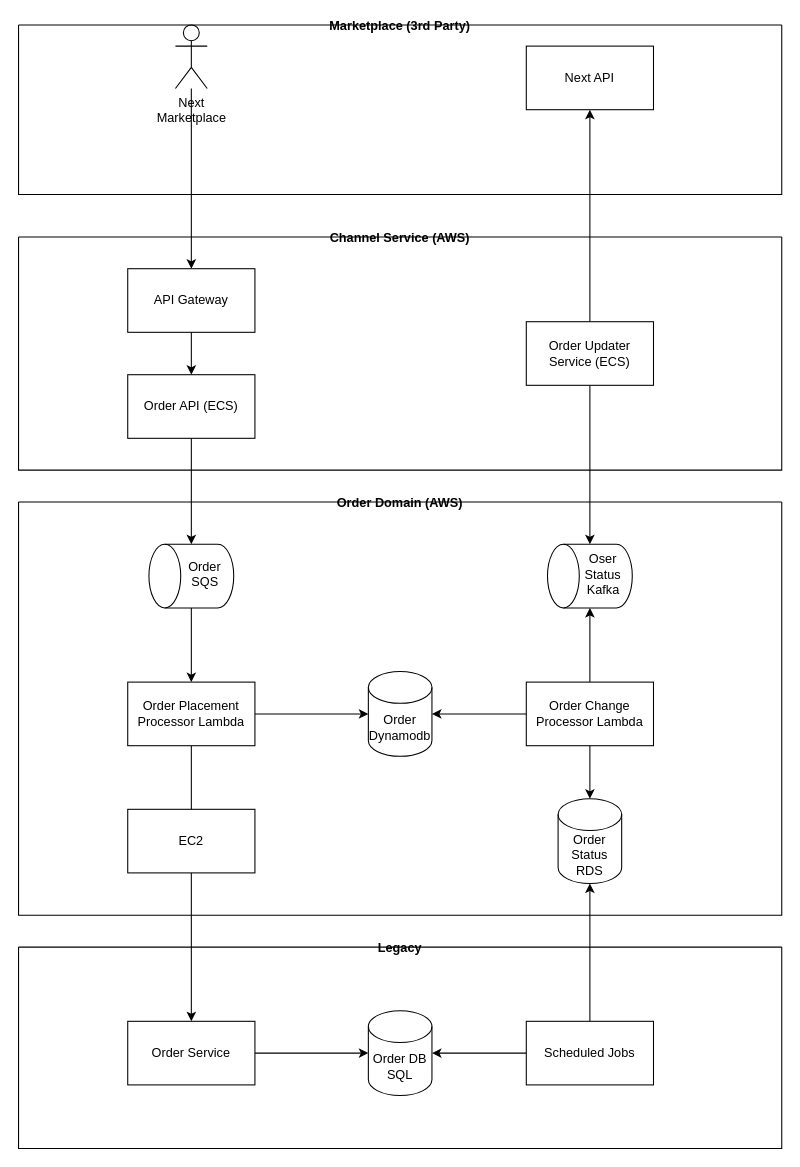
Earlier version of the draw.io diagram Marketplace.drawio (leilabadi/diagrams). Source tidied: cells renumbered, new cells numbered last; positions are measured from the earlier drawing's top-left corner, leaving out a move shared by most shapes. Both pictures are drawn from the tidied source at 106%, with x=0, y=0 at pixel (18, 24).
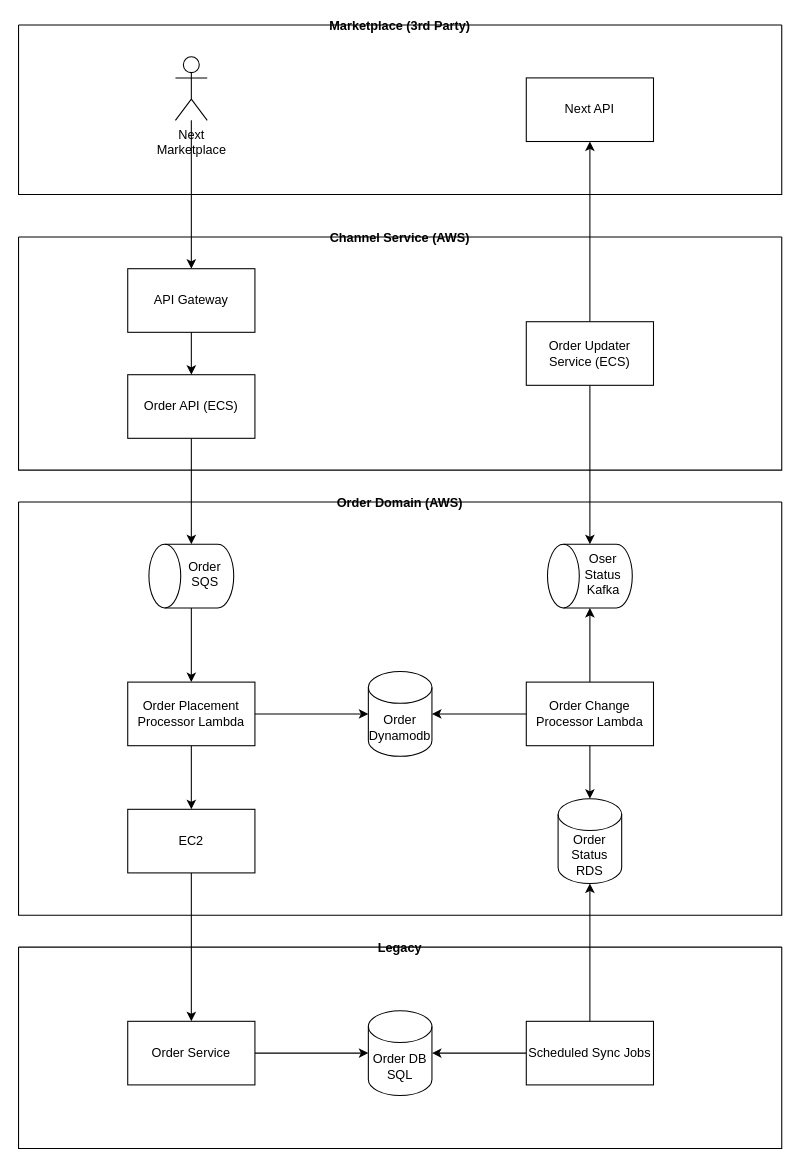
Above is the later version.

The change refers to these unchanged cells:
```xml
<mxCell id="10" value="Legacy" style="swimlane;startSize=0;" parent="1" vertex="1">
  <mxGeometry y="870" width="720" height="190" as="geometry" />
</mxCell>
<mxCell id="12" value="Order Service" style="rounded=0;whiteSpace=wrap;html=1;" parent="10" vertex="1">
  <mxGeometry x="103" y="70" width="120" height="60" as="geometry" />
</mxCell>
<mxCell id="16" value="Order Domain (AWS)" style="swimlane;startSize=0;" parent="1" vertex="1">
  <mxGeometry y="450" width="720" height="390" as="geometry" />
</mxCell>
<mxCell id="18" value="EC2" style="rounded=0;whiteSpace=wrap;html=1;" parent="16" vertex="1">
  <mxGeometry x="103" y="290" width="120" height="60" as="geometry" />
</mxCell>
<mxCell id="19" value="Order Placement Processor Lambda" style="rounded=0;whiteSpace=wrap;html=1;" parent="16" vertex="1">
  <mxGeometry x="103" y="170" width="120" height="60" as="geometry" />
</mxCell>
<mxCell id="34" value="Marketplace (3rd Party)" style="swimlane;startSize=0;" parent="1" vertex="1">
  <mxGeometry width="720" height="160" as="geometry" />
</mxCell>
```

The edit, as a diff of the source:
```diff
@@
-    <mxCell id="3" value="&lt;span style=&quot;text-wrap-mode: wrap;&quot;&gt;Next Marketplace&lt;/span&gt;" style="shape=umlActor;verticalLabelPosition=bottom;verticalAlign=top;html=1;outlineConnect=0;" parent="1" vertex="1">
-      <mxGeometry x="148" width="30" height="60" as="geometry" />
-    </mxCell>
@@
-    <mxCell id="5" style="edgeStyle=orthogonalEdgeStyle;rounded=0;jettySize=auto;html=1;" parent="1" edge="1" source="19" target="12">
-      <mxGeometry relative="1" as="geometry" />
-    </mxCell>
@@
-    <mxCell id="9" value="Next API" style="rounded=0;whiteSpace=wrap;html=1;" parent="1" vertex="1">
-      <mxGeometry x="479" y="20" width="120" height="60" as="geometry" />
-    </mxCell>
@@
-    <mxCell id="14" value="Scheduled Jobs" style="rounded=0;whiteSpace=wrap;html=1;" parent="10" vertex="1">
+    <mxCell id="14" value="Scheduled Sync Jobs" style="rounded=0;whiteSpace=wrap;html=1;" parent="10" vertex="1">
       <mxGeometry x="479" y="70" width="120" height="60" as="geometry" />
     </mxCell>
@@
+    <mxCell id="35" style="edgeStyle=orthogonalEdgeStyle;rounded=0;jettySize=auto;html=1;" parent="16" edge="1" source="19" target="18">
+      <mxGeometry relative="1" as="geometry" />
+    </mxCell>
@@
+    <mxCell id="9" value="Next API" style="rounded=0;whiteSpace=wrap;html=1;" parent="34" vertex="1">
+      <mxGeometry x="479" y="50" width="120" height="60" as="geometry" />
+    </mxCell>
+    <mxCell id="3" value="&lt;span style=&quot;text-wrap-mode: wrap;&quot;&gt;Next Marketplace&lt;/span&gt;" style="shape=umlActor;verticalLabelPosition=bottom;verticalAlign=top;html=1;outlineConnect=0;" parent="34" vertex="1">
+      <mxGeometry x="148" y="30" width="30" height="60" as="geometry" />
+    </mxCell>
+    <mxCell id="36" style="edgeStyle=orthogonalEdgeStyle;rounded=0;jettySize=auto;html=1;entryX=0.5;entryY=0;entryDx=0;entryDy=0;" parent="1" edge="1" source="18" target="12">
+      <mxGeometry relative="1" as="geometry" />
+    </mxCell>
```
